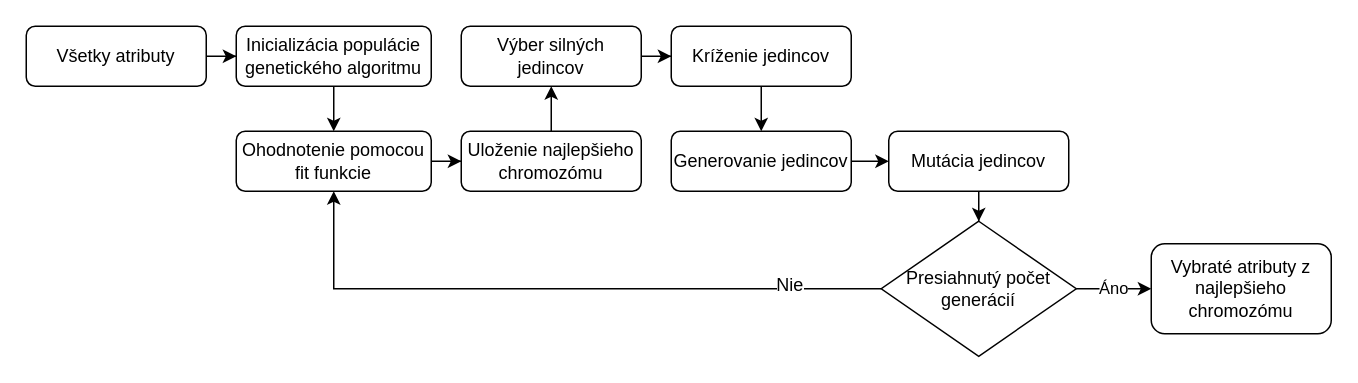
jozef229/FIIT-PRIPOC-ARTICLE-LaTeX keeps this draw.io diagram as image/GA_alg.drawio. Above is the earlier version. Source tidied: cells renumbered, new cells numbered last; positions are measured from the earlier drawing's top-left corner, leaving out a move shared by most shapes. Both pictures are drawn from the tidied source at 150%, with x=0, y=0 at pixel (26, 26).
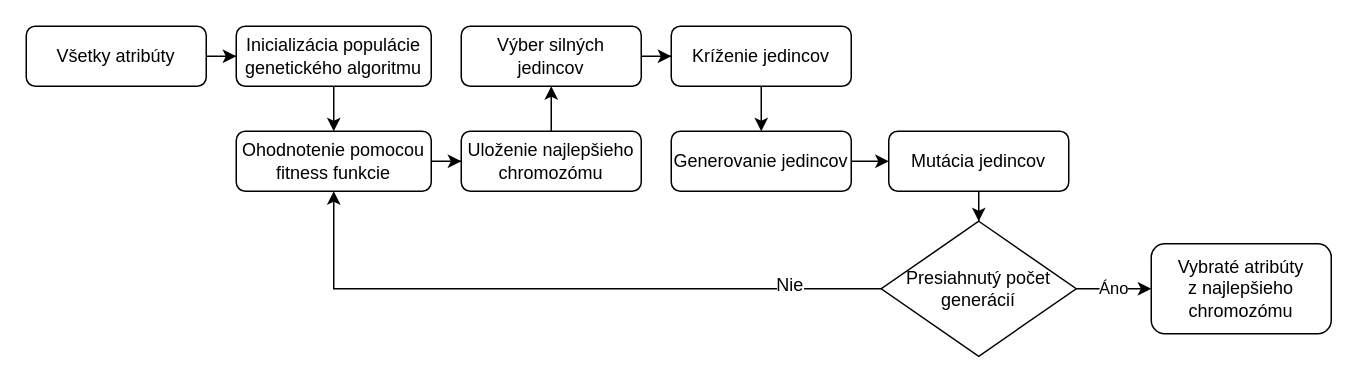
The same page after the edit.

Change to the diagram source:
```diff
@@
-    <mxCell id="3" value="Všetky atributy" style="rounded=1;whiteSpace=wrap;html=1;fontSize=12;glass=0;strokeWidth=1;shadow=0;" parent="1" vertex="1">
+    <mxCell id="3" value="Všetky atribúty" style="rounded=1;whiteSpace=wrap;html=1;fontSize=12;glass=0;strokeWidth=1;shadow=0;" parent="1" vertex="1">
       <mxGeometry width="120" height="40" as="geometry" />
     </mxCell>
@@
-    <mxCell id="11" value="Ohodnotenie pomocou fit funkcie" style="rounded=1;whiteSpace=wrap;html=1;fontSize=12;glass=0;strokeWidth=1;shadow=0;" parent="1" vertex="1">
+    <mxCell id="11" value="Ohodnotenie pomocou fitness funkcie" style="rounded=1;whiteSpace=wrap;html=1;fontSize=12;glass=0;strokeWidth=1;shadow=0;" parent="1" vertex="1">
       <mxGeometry x="140" y="70" width="130" height="40" as="geometry" />
     </mxCell>
@@
-    <mxCell id="18" value="Vybraté atributy z najlepšieho chromozómu" style="rounded=1;whiteSpace=wrap;html=1;fontSize=12;glass=0;strokeWidth=1;shadow=0;" parent="1" vertex="1">
+    <mxCell id="18" value="Vybraté atribúty &lt;br&gt;z najlepšieho chromozómu" style="rounded=1;whiteSpace=wrap;html=1;fontSize=12;glass=0;strokeWidth=1;shadow=0;" parent="1" vertex="1">
       <mxGeometry x="750" y="145" width="120" height="60" as="geometry" />
     </mxCell>
```
